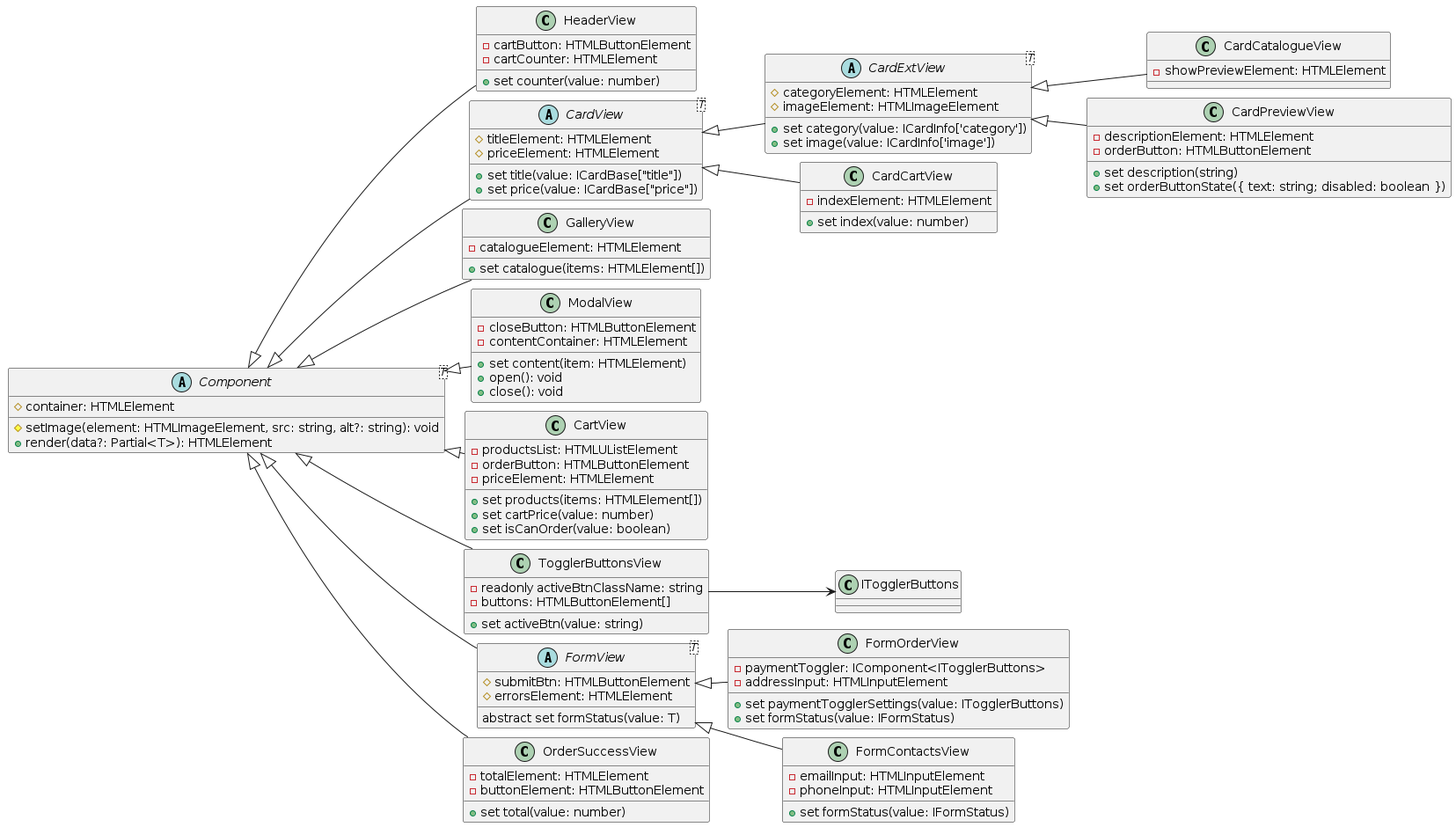
Before: ViewClassesDiagram.png, a diagram exported from PlantUML (Mishbazian/weblarek).
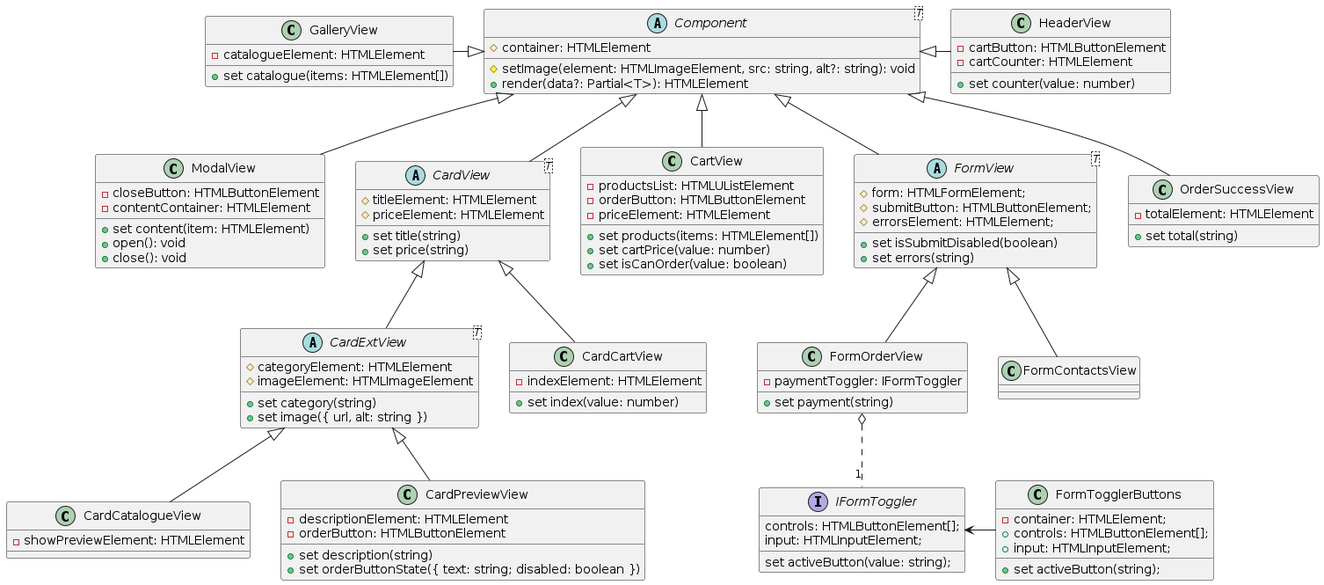
The same diagram one commit later.

Commit message:
feat(components): add Form view components

Change to the diagram source:
```diff
@@ -1,8 +1,5 @@
 @startuml ViewClassesDiagram
 
-left to right direction
-skinparam nodesep 10
-skinparam ranksep 20
 
 
 abstract class Component<T> {
@@ -11,20 +8,36 @@
   + render(data?: Partial<T>): HTMLElement
 }
 
-class HeaderView extends Component {
+class HeaderView {
   -cartButton: HTMLButtonElement
   -cartCounter: HTMLElement
   + set counter(value: number)
 }
+HeaderView -left-|> Component
 
+
+class GalleryView {
+  -catalogueElement: HTMLElement
+  + set catalogue(items: HTMLElement[])
+}
+GalleryView -right-|> Component
+
+
+class ModalView extends Component {
+  -closeButton: HTMLButtonElement
+  -contentContainer: HTMLElement
+  + set content(item: HTMLElement)
+  + open(): void
+  + close(): void
+}
 
 
 abstract class CardView<T> extends Component {
   #titleElement: HTMLElement
   #priceElement: HTMLElement
 
-  + set title(value: ICardBase["title"])
-  + set price(value: ICardBase["price"])
+  + set title(string)
+  + set price(string)
 }
 
 
@@ -32,8 +45,8 @@
   #categoryElement: HTMLElement
   #imageElement: HTMLImageElement
 
-  + set category(value: ICardInfo['category'])
-  + set image(value: ICardInfo['image'])
+  + set category(string)
+  + set image({ url, alt: string })
 }
 
 class CardCatalogueView extends CardExtView {
@@ -57,21 +70,10 @@
 }
 
 
-class GalleryView extends Component {
-  -catalogueElement: HTMLElement
-  + set catalogue(items: HTMLElement[])
-}
 
 
 
 
-class ModalView extends Component {
-  -closeButton: HTMLButtonElement
-  -contentContainer: HTMLElement
-  + set content(item: HTMLElement)
-  + open(): void
-  + close(): void
-}
 
 
 
@@ -86,39 +88,44 @@
 }
 
 
-class TogglerButtonsView extends Component {
-  -readonly activeBtnClassName: string
-  -buttons: HTMLButtonElement[]
-  + set activeBtn(value: string)
+class FormTogglerButtons {
+  -container: HTMLElement;
+  +controls: HTMLButtonElement[];
+  +input: HTMLInputElement;
+  +set activeButton(string);
 }
 
-TogglerButtonsView --> ITogglerButtons
+interface IFormToggler {
+  controls: HTMLButtonElement[];
+  input: HTMLInputElement;
+  set activeButton(value: string);
+}
+
+FormTogglerButtons -left-> IFormToggler
 
 
 abstract class FormView<T> extends Component {
-  #submitBtn: HTMLButtonElement
-  #errorsElement: HTMLElement
-  abstract set formStatus(value: T)
+  #form: HTMLFormElement;
+  #submitButton: HTMLButtonElement;
+  #errorsElement: HTMLElement;
+  +set isSubmitDisabled(boolean)
+  +set errors(string)
 }
 
 class FormOrderView extends FormView {
-  -paymentToggler: IComponent<ITogglerButtons>
-  -addressInput: HTMLInputElement
-  + set paymentTogglerSettings(value: ITogglerButtons)
-  + set formStatus(value: IFormStatus)
+  -paymentToggler: IFormToggler
+  + set payment(string)
 }
 
+FormOrderView o.."1" IFormToggler
+
 class FormContactsView extends FormView {
-  -emailInput: HTMLInputElement
-  -phoneInput: HTMLInputElement
-  + set formStatus(value: IFormStatus)
 }
 
 
 class OrderSuccessView extends Component {
   -totalElement: HTMLElement
-  -buttonElement: HTMLButtonElement
-  + set total(value: number)
+  + set total(string)
 }
 
 
```
